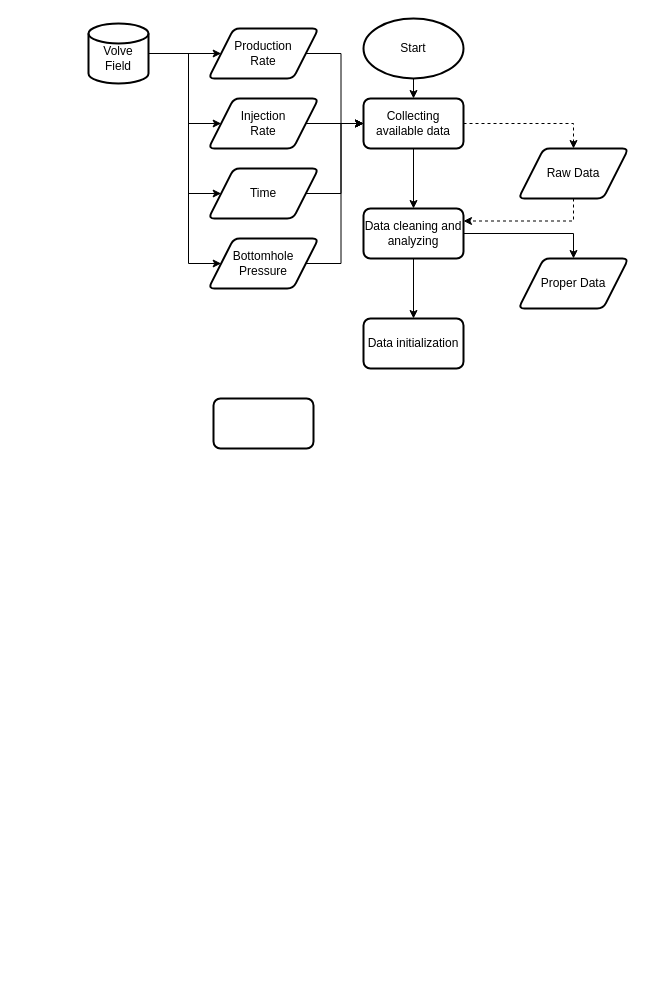
This is Untitled Diagram.drawio from leleony/leleony, a draw.io file, before an edit. Source tidied: cells renumbered, new cells numbered last; positions are measured from the earlier drawing's top-left corner, leaving out a move shared by most shapes. Both pictures are drawn from the tidied source at 100%, with x=0, y=0 at pixel (88, 18).
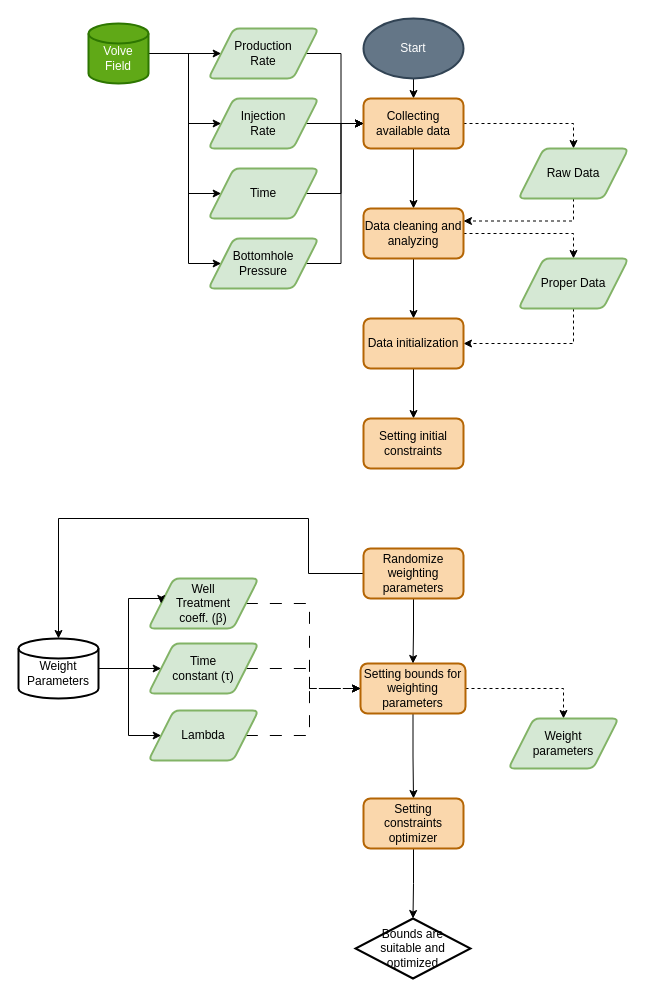
The same diagram, later.

Commit message:
Update TA_PFD part 2.drawio

What changed in the source:
```diff
@@
-    <mxCell id="3" value="Start" style="strokeWidth=2;html=1;shape=mxgraph.flowchart.start_2;whiteSpace=wrap;" parent="1" vertex="1">
+    <mxCell id="3" value="Start" style="strokeWidth=2;html=1;shape=mxgraph.flowchart.start_2;whiteSpace=wrap;fillColor=#647687;fontColor=#ffffff;strokeColor=#314354;" parent="1" vertex="1">
       <mxGeometry x="275" width="100" height="60" as="geometry" />
     </mxCell>
@@
-    <mxCell id="5" value="Production Rate" style="shape=parallelogram;html=1;strokeWidth=2;perimeter=parallelogramPerimeter;whiteSpace=wrap;rounded=1;arcSize=12;size=0.23;spacingLeft=20;spacingRight=20;" parent="1" vertex="1">
+    <mxCell id="5" value="Production Rate" style="shape=parallelogram;html=1;strokeWidth=2;perimeter=parallelogramPerimeter;whiteSpace=wrap;rounded=1;arcSize=12;size=0.23;spacingLeft=20;spacingRight=20;fillColor=#d5e8d4;strokeColor=#82b366;" parent="1" vertex="1">
       <mxGeometry x="120" y="10" width="110" height="50" as="geometry" />
     </mxCell>
@@
-    <mxCell id="8" value="Collecting available data" style="rounded=1;whiteSpace=wrap;html=1;absoluteArcSize=1;arcSize=14;strokeWidth=2;" parent="1" vertex="1">
+    <mxCell id="8" value="Collecting available data" style="rounded=1;whiteSpace=wrap;html=1;absoluteArcSize=1;arcSize=14;strokeWidth=2;fillColor=#fad7ac;strokeColor=#b46504;" parent="1" vertex="1">
       <mxGeometry x="275" y="80" width="100" height="50" as="geometry" />
     </mxCell>
@@
-    <mxCell id="10" value="Injection Rate" style="shape=parallelogram;html=1;strokeWidth=2;perimeter=parallelogramPerimeter;whiteSpace=wrap;rounded=1;arcSize=12;size=0.23;spacingLeft=20;spacingRight=20;" parent="1" vertex="1">
+    <mxCell id="10" value="Injection Rate" style="shape=parallelogram;html=1;strokeWidth=2;perimeter=parallelogramPerimeter;whiteSpace=wrap;rounded=1;arcSize=12;size=0.23;spacingLeft=20;spacingRight=20;fillColor=#d5e8d4;strokeColor=#82b366;" parent="1" vertex="1">
       <mxGeometry x="120" y="80" width="110" height="50" as="geometry" />
     </mxCell>
@@
-    <mxCell id="12" value="Time" style="shape=parallelogram;html=1;strokeWidth=2;perimeter=parallelogramPerimeter;whiteSpace=wrap;rounded=1;arcSize=12;size=0.23;spacingLeft=20;spacingRight=20;" parent="1" vertex="1">
+    <mxCell id="12" value="Time" style="shape=parallelogram;html=1;strokeWidth=2;perimeter=parallelogramPerimeter;whiteSpace=wrap;rounded=1;arcSize=12;size=0.23;spacingLeft=20;spacingRight=20;fillColor=#d5e8d4;strokeColor=#82b366;" parent="1" vertex="1">
       <mxGeometry x="120" y="150" width="110" height="50" as="geometry" />
     </mxCell>
@@
-    <mxCell id="14" value="Bottomhole Pressure" style="shape=parallelogram;html=1;strokeWidth=2;perimeter=parallelogramPerimeter;whiteSpace=wrap;rounded=1;arcSize=12;size=0.23;spacingLeft=20;spacingRight=20;" parent="1" vertex="1">
+    <mxCell id="14" value="Bottomhole Pressure" style="shape=parallelogram;html=1;strokeWidth=2;perimeter=parallelogramPerimeter;whiteSpace=wrap;rounded=1;arcSize=12;size=0.23;spacingLeft=20;spacingRight=20;fillColor=#d5e8d4;strokeColor=#82b366;" parent="1" vertex="1">
       <mxGeometry x="120" y="220" width="110" height="50" as="geometry" />
     </mxCell>
-    <mxCell id="15" style="edgeStyle=orthogonalEdgeStyle;rounded=0;jettySize=auto;html=1;exitX=1;exitY=0.5;exitDx=0;exitDy=0;entryX=0.5;entryY=0;entryDx=0;entryDy=0;" parent="1" edge="1" source="17" target="25">
+    <mxCell id="15" style="edgeStyle=orthogonalEdgeStyle;rounded=0;jettySize=auto;html=1;exitX=1;exitY=0.5;exitDx=0;exitDy=0;entryX=0.5;entryY=0;entryDx=0;entryDy=0;dashed=1;" parent="1" edge="1" source="17" target="25">
       <mxGeometry relative="1" as="geometry" />
     </mxCell>
@@
-    <mxCell id="17" value="Data cleaning and analyzing" style="rounded=1;whiteSpace=wrap;html=1;absoluteArcSize=1;arcSize=14;strokeWidth=2;" parent="1" vertex="1">
+    <mxCell id="17" value="Data cleaning and analyzing" style="rounded=1;whiteSpace=wrap;html=1;absoluteArcSize=1;arcSize=14;strokeWidth=2;fillColor=#fad7ac;strokeColor=#b46504;" parent="1" vertex="1">
       <mxGeometry x="275" y="190" width="100" height="50" as="geometry" />
     </mxCell>
@@
-    <mxCell id="19" value="Raw Data" style="shape=parallelogram;html=1;strokeWidth=2;perimeter=parallelogramPerimeter;whiteSpace=wrap;rounded=1;arcSize=12;size=0.23;spacingLeft=20;spacingRight=20;" parent="1" vertex="1">
+    <mxCell id="19" value="Raw Data" style="shape=parallelogram;html=1;strokeWidth=2;perimeter=parallelogramPerimeter;whiteSpace=wrap;rounded=1;arcSize=12;size=0.23;spacingLeft=20;spacingRight=20;fillColor=#d5e8d4;strokeColor=#82b366;" parent="1" vertex="1">
       <mxGeometry x="430" y="130" width="110" height="50" as="geometry" />
     </mxCell>
@@
-    <mxCell id="24" value="Volve&lt;br&gt;Field" style="strokeWidth=2;html=1;shape=mxgraph.flowchart.database;whiteSpace=wrap;spacingTop=10;" parent="1" vertex="1">
+    <mxCell id="24" value="Volve&lt;br&gt;Field" style="strokeWidth=2;html=1;shape=mxgraph.flowchart.database;whiteSpace=wrap;spacingTop=10;fillColor=#60a917;strokeColor=#2D7600;fontColor=#ffffff;" parent="1" vertex="1">
       <mxGeometry y="5" width="60" height="60" as="geometry" />
     </mxCell>
+    <mxCell id="28" style="edgeStyle=orthogonalEdgeStyle;rounded=0;jettySize=auto;html=1;exitX=0.5;exitY=1;exitDx=0;exitDy=0;entryX=1;entryY=0.5;entryDx=0;entryDy=0;dashed=1;" parent="1" edge="1" source="25" target="26">
+      <mxGeometry relative="1" as="geometry" />
+    </mxCell>
-    <mxCell id="25" value="Proper Data" style="shape=parallelogram;html=1;strokeWidth=2;perimeter=parallelogramPerimeter;whiteSpace=wrap;rounded=1;arcSize=12;size=0.23;spacingLeft=20;spacingRight=20;" parent="1" vertex="1">
+    <mxCell id="25" value="Proper Data" style="shape=parallelogram;html=1;strokeWidth=2;perimeter=parallelogramPerimeter;whiteSpace=wrap;rounded=1;arcSize=12;size=0.23;spacingLeft=20;spacingRight=20;fillColor=#d5e8d4;strokeColor=#82b366;" parent="1" vertex="1">
       <mxGeometry x="430" y="240" width="110" height="50" as="geometry" />
     </mxCell>
+    <mxCell id="29" style="edgeStyle=orthogonalEdgeStyle;rounded=0;jettySize=auto;html=1;exitX=0.5;exitY=1;exitDx=0;exitDy=0;entryX=0.5;entryY=0;entryDx=0;entryDy=0;" parent="1" edge="1" source="26" target="49">
+      <mxGeometry relative="1" as="geometry" />
+    </mxCell>
-    <mxCell id="26" value="Data initialization" style="rounded=1;whiteSpace=wrap;html=1;absoluteArcSize=1;arcSize=14;strokeWidth=2;" parent="1" vertex="1">
+    <mxCell id="26" value="Data initialization" style="rounded=1;whiteSpace=wrap;html=1;absoluteArcSize=1;arcSize=14;strokeWidth=2;fillColor=#fad7ac;strokeColor=#b46504;" parent="1" vertex="1">
       <mxGeometry x="275" y="300" width="100" height="50" as="geometry" />
     </mxCell>
+    <mxCell id="30" style="edgeStyle=orthogonalEdgeStyle;rounded=0;jettySize=auto;html=1;exitX=1;exitY=0.5;exitDx=0;exitDy=0;entryX=0.5;entryY=0;entryDx=0;entryDy=0;dashed=1;" parent="1" edge="1" source="27" target="38">
+      <mxGeometry relative="1" as="geometry" />
+    </mxCell>
+    <mxCell id="31" style="edgeStyle=orthogonalEdgeStyle;rounded=0;jettySize=auto;html=1;exitX=0.5;exitY=1;exitDx=0;exitDy=0;entryX=0.5;entryY=0;entryDx=0;entryDy=0;" parent="1" edge="1" source="27" target="41">
+      <mxGeometry relative="1" as="geometry" />
+    </mxCell>
-    <mxCell id="27" style="rounded=1;whiteSpace=wrap;html=1;absoluteArcSize=1;arcSize=14;strokeWidth=2;" parent="1" vertex="1">
-      <mxGeometry x="125" y="380" width="100" height="50" as="geometry" />
+    <mxCell id="27" value="Setting bounds for weighting parameters" style="rounded=1;whiteSpace=wrap;html=1;absoluteArcSize=1;arcSize=14;strokeWidth=2;fillColor=#fad7ac;strokeColor=#b46504;" parent="1" vertex="1">
+      <mxGeometry x="272" y="645" width="105" height="50" as="geometry" />
     </mxCell>
+    <mxCell id="32" style="edgeStyle=orthogonalEdgeStyle;rounded=0;jettySize=auto;html=1;exitX=1;exitY=0.5;exitDx=0;exitDy=0;entryX=0;entryY=0.5;entryDx=0;entryDy=0;dashed=1;dashPattern=12 12;" parent="1" edge="1" source="33" target="27">
+      <mxGeometry relative="1" as="geometry" />
+    </mxCell>
+    <mxCell id="33" value="Well Treatment coeff. (β)" style="shape=parallelogram;html=1;strokeWidth=2;perimeter=parallelogramPerimeter;whiteSpace=wrap;rounded=1;arcSize=12;size=0.23;spacingLeft=20;spacingRight=20;fillColor=#d5e8d4;strokeColor=#82b366;" parent="1" vertex="1">
+      <mxGeometry x="60" y="560" width="110" height="50" as="geometry" />
+    </mxCell>
+    <mxCell id="34" style="edgeStyle=orthogonalEdgeStyle;rounded=0;jettySize=auto;html=1;exitX=1;exitY=0.5;exitDx=0;exitDy=0;entryX=0;entryY=0.5;entryDx=0;entryDy=0;dashed=1;dashPattern=12 12;" parent="1" edge="1" source="35" target="27">
+      <mxGeometry relative="1" as="geometry" />
+    </mxCell>
+    <mxCell id="35" value="Time constant (τ)" style="shape=parallelogram;html=1;strokeWidth=2;perimeter=parallelogramPerimeter;whiteSpace=wrap;rounded=1;arcSize=12;size=0.23;spacingLeft=20;spacingRight=20;fillColor=#d5e8d4;strokeColor=#82b366;" parent="1" vertex="1">
+      <mxGeometry x="60" y="625" width="110" height="50" as="geometry" />
+    </mxCell>
+    <mxCell id="36" style="edgeStyle=orthogonalEdgeStyle;rounded=0;jettySize=auto;html=1;exitX=1;exitY=0.5;exitDx=0;exitDy=0;entryX=0;entryY=0.5;entryDx=0;entryDy=0;dashed=1;dashPattern=12 12;" parent="1" edge="1" source="37" target="27">
+      <mxGeometry relative="1" as="geometry" />
+    </mxCell>
+    <mxCell id="37" value="Lambda" style="shape=parallelogram;html=1;strokeWidth=2;perimeter=parallelogramPerimeter;whiteSpace=wrap;rounded=1;arcSize=12;size=0.23;spacingLeft=20;spacingRight=20;fillColor=#d5e8d4;strokeColor=#82b366;" parent="1" vertex="1">
+      <mxGeometry x="60" y="692" width="110" height="50" as="geometry" />
+    </mxCell>
+    <mxCell id="38" value="Weight parameters" style="shape=parallelogram;html=1;strokeWidth=2;perimeter=parallelogramPerimeter;whiteSpace=wrap;rounded=1;arcSize=12;size=0.23;spacingLeft=20;spacingRight=20;fillColor=#d5e8d4;strokeColor=#82b366;" parent="1" vertex="1">
+      <mxGeometry x="420" y="700" width="110" height="50" as="geometry" />
+    </mxCell>
+    <mxCell id="39" value="Bounds are suitable and optimized" style="strokeWidth=2;html=1;shape=mxgraph.flowchart.decision;whiteSpace=wrap;spacingLeft=10;spacingRight=10;" parent="1" vertex="1">
+      <mxGeometry x="267" y="900" width="115" height="60" as="geometry" />
+    </mxCell>
+    <mxCell id="40" style="edgeStyle=orthogonalEdgeStyle;rounded=0;jettySize=auto;html=1;exitX=0.5;exitY=1;exitDx=0;exitDy=0;entryX=0.5;entryY=0;entryDx=0;entryDy=0;entryPerimeter=0;" parent="1" edge="1" source="41" target="39">
+      <mxGeometry relative="1" as="geometry" />
+    </mxCell>
+    <mxCell id="41" value="Setting constraints optimizer" style="rounded=1;whiteSpace=wrap;html=1;absoluteArcSize=1;arcSize=14;strokeWidth=2;fillColor=#fad7ac;strokeColor=#b46504;" parent="1" vertex="1">
+      <mxGeometry x="275" y="780" width="100" height="50" as="geometry" />
+    </mxCell>
+    <mxCell id="42" style="edgeStyle=orthogonalEdgeStyle;rounded=0;jettySize=auto;html=1;exitX=0;exitY=0.5;exitDx=0;exitDy=0;entryX=0.5;entryY=0;entryDx=0;entryDy=0;entryPerimeter=0;" parent="1" edge="1" source="44" target="48">
+      <mxGeometry relative="1" as="geometry">
+        <Array as="points">
+          <mxPoint x="220" y="555" />
+          <mxPoint x="220" y="500" />
+          <mxPoint x="-30" y="500" />
+        </Array>
+      </mxGeometry>
+    </mxCell>
+    <mxCell id="43" style="edgeStyle=orthogonalEdgeStyle;rounded=0;jettySize=auto;html=1;exitX=0.5;exitY=1;exitDx=0;exitDy=0;entryX=0.5;entryY=0;entryDx=0;entryDy=0;" parent="1" edge="1" source="44" target="27">
+      <mxGeometry relative="1" as="geometry" />
+    </mxCell>
+    <mxCell id="44" value="Randomize weighting parameters" style="rounded=1;whiteSpace=wrap;html=1;absoluteArcSize=1;arcSize=14;strokeWidth=2;fillColor=#fad7ac;strokeColor=#b46504;" parent="1" vertex="1">
+      <mxGeometry x="275" y="530" width="100" height="50" as="geometry" />
+    </mxCell>
+    <mxCell id="45" style="edgeStyle=orthogonalEdgeStyle;rounded=0;jettySize=auto;html=1;exitX=1;exitY=0.5;exitDx=0;exitDy=0;exitPerimeter=0;entryX=0;entryY=0.5;entryDx=0;entryDy=0;" parent="1" edge="1" source="48" target="33">
+      <mxGeometry relative="1" as="geometry">
+        <Array as="points">
+          <mxPoint x="40" y="650" />
+          <mxPoint x="40" y="580" />
+          <mxPoint x="73" y="580" />
+        </Array>
+      </mxGeometry>
+    </mxCell>
+    <mxCell id="46" style="edgeStyle=orthogonalEdgeStyle;rounded=0;jettySize=auto;html=1;exitX=1;exitY=0.5;exitDx=0;exitDy=0;exitPerimeter=0;entryX=0;entryY=0.5;entryDx=0;entryDy=0;" parent="1" edge="1" source="48" target="35">
+      <mxGeometry relative="1" as="geometry" />
+    </mxCell>
+    <mxCell id="47" style="edgeStyle=orthogonalEdgeStyle;rounded=0;jettySize=auto;html=1;exitX=1;exitY=0.5;exitDx=0;exitDy=0;exitPerimeter=0;entryX=0;entryY=0.5;entryDx=0;entryDy=0;" parent="1" edge="1" source="48" target="37">
+      <mxGeometry relative="1" as="geometry">
+        <Array as="points">
+          <mxPoint x="40" y="650" />
+          <mxPoint x="40" y="717" />
+        </Array>
+      </mxGeometry>
+    </mxCell>
+    <mxCell id="48" value="Weight&lt;br&gt;Parameters" style="strokeWidth=2;html=1;shape=mxgraph.flowchart.database;whiteSpace=wrap;spacingTop=10;" parent="1" vertex="1">
+      <mxGeometry x="-70" y="620" width="80" height="60" as="geometry" />
+    </mxCell>
+    <mxCell id="49" value="Setting initial constraints" style="rounded=1;whiteSpace=wrap;html=1;absoluteArcSize=1;arcSize=14;strokeWidth=2;fillColor=#fad7ac;strokeColor=#b46504;" parent="1" vertex="1">
+      <mxGeometry x="275" y="400" width="100" height="50" as="geometry" />
+    </mxCell>
```
